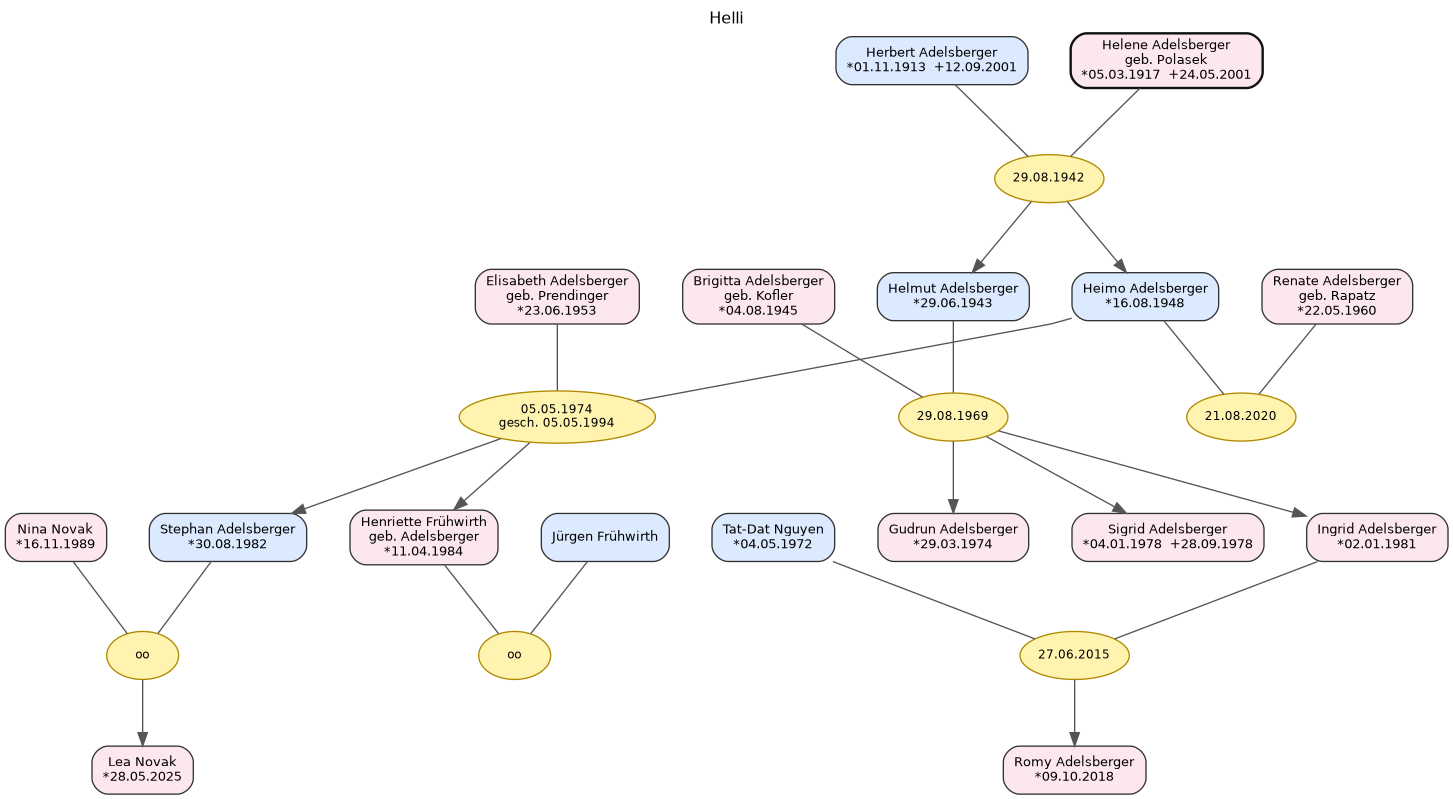
Above: Helli_0_10.png in Konfusius16/Ahnentafel-Polasek (Graphviz), before the change. Its source is kept beside it as Helli_0_10.dot.
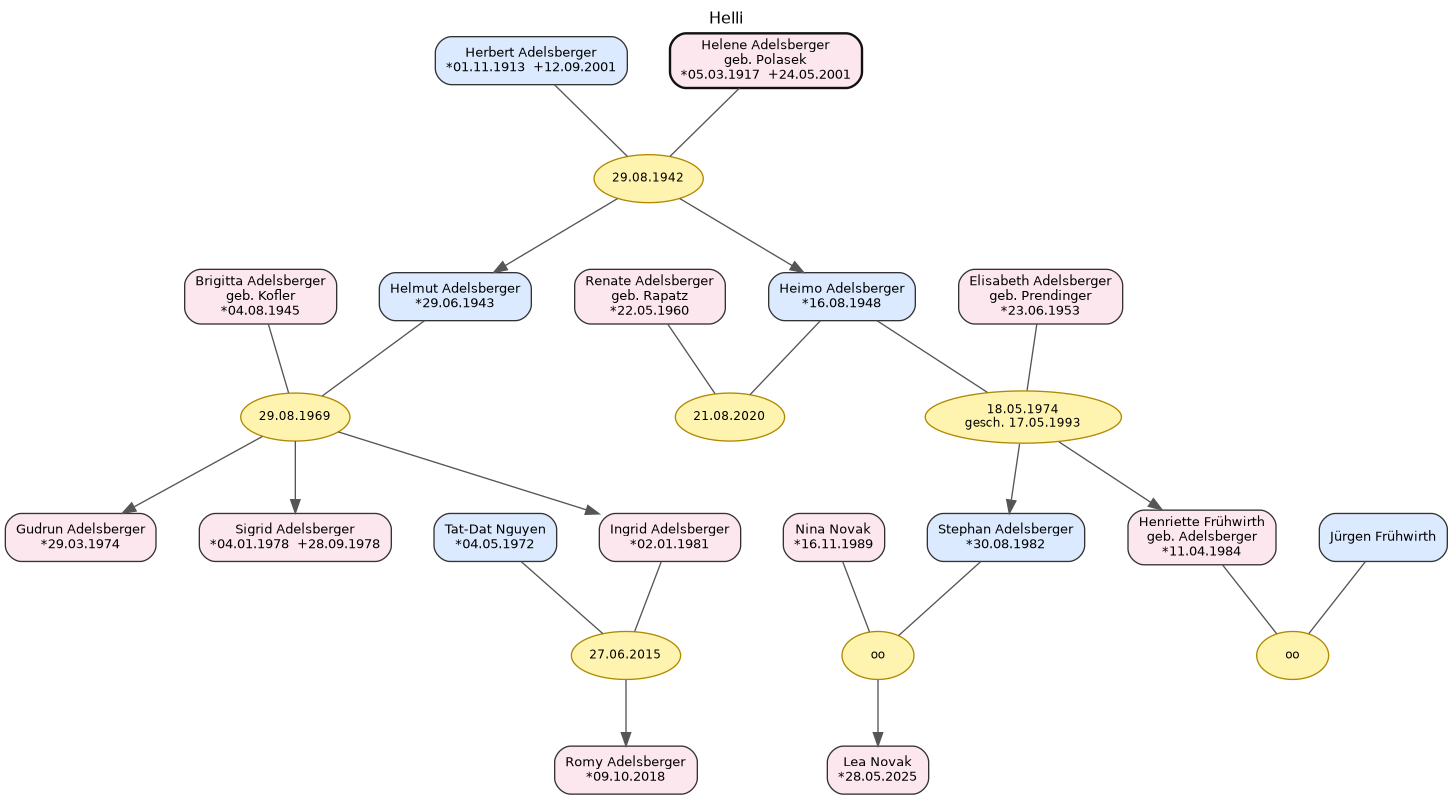
The same diagram one commit later.

Change to the diagram source:
```diff
@@ -3,112 +3,53 @@
 	graph [fontname="DejaVu Sans" fontsize=12 label=Helli labelloc=t]
 	node [color="#333333" fontname="DejaVu Sans" fontsize=10 shape=box style="rounded,filled"]
 	edge [color="#555555" fontname="DejaVu Sans"]
-	attS02 [label="Nina Novak
-*16.11.1989" fillcolor="#fde7ef" id=P_attS02]
 	att33 [label="Sigrid Adelsberger
 *04.01.1978  +28.09.1978" fillcolor="#fde7ef" id=P_att33]
-	g6p09 [label="Tat-Dat Nguyen
-*04.05.1972" fillcolor="#dbeafe" id=P_g6p09]
+	att05 [label="Herbert Adelsberger
+*01.11.1913  +12.09.2001" fillcolor="#dbeafe" id=P_att05]
 	att08 [label="Renate Adelsberger
 geb. Rapatz
 *22.05.1960" fillcolor="#fde7ef" id=P_att08]
-	g6p13 [label="Jürgen Frühwirth" fillcolor="#dbeafe" id=P_g6p13]
-	att21 [label="Stephan Adelsberger
-*30.08.1982" fillcolor="#dbeafe" id=P_att21]
+	att32 [label="Gudrun Adelsberger
+*29.03.1974" fillcolor="#fde7ef" id=P_att32]
 	att14 [label="Elisabeth Adelsberger
 geb. Prendinger
 *23.06.1953" fillcolor="#fde7ef" id=P_att14]
-	att05 [label="Herbert Adelsberger
-*01.11.1913  +12.09.2001" fillcolor="#dbeafe" id=P_att05]
-	att32 [label="Gudrun Adelsberger
-*29.03.1974" fillcolor="#fde7ef" id=P_att32]
-	att07 [label="Heimo Adelsberger
-*16.08.1948" fillcolor="#dbeafe" id=P_att07]
+	g6p10 [label="Romy Adelsberger
+*09.10.2018" fillcolor="#fde7ef" id=P_g6p10]
 	att36 [label="Helmut Adelsberger
 *29.06.1943" fillcolor="#dbeafe" id=P_att36]
-	g6p10 [label="Romy Adelsberger
-*09.10.2018" fillcolor="#fde7ef" id=P_g6p10]
-	att41 [label="Lea Novak
-*28.05.2025" fillcolor="#fde7ef" id=P_att41]
 	g6p02 [label="Brigitta Adelsberger
 geb. Kofler
 *04.08.1945" fillcolor="#fde7ef" id=P_g6p02]
+	att06 [label="Helene Adelsberger
+geb. Polasek
+*05.03.1917  +24.05.2001" color="#111111" fillcolor="#fde7ef" id=P_att06 penwidth=1.8]
+	att21 [label="Stephan Adelsberger
+*30.08.1982" fillcolor="#dbeafe" id=P_att21]
 	att35 [label="Henriette Frühwirth
 geb. Adelsberger
 *11.04.1984" fillcolor="#fde7ef" id=P_att35]
+	attS02 [label="Nina Novak
+*16.11.1989" fillcolor="#fde7ef" id=P_attS02]
+	g6p13 [label="Jürgen Frühwirth" fillcolor="#dbeafe" id=P_g6p13]
+	att41 [label="Lea Novak
+*28.05.2025" fillcolor="#fde7ef" id=P_att41]
+	g6p09 [label="Tat-Dat Nguyen
+*04.05.1972" fillcolor="#dbeafe" id=P_g6p09]
+	att07 [label="Heimo Adelsberger
+*16.08.1948" fillcolor="#dbeafe" id=P_att07]
 	att34 [label="Ingrid Adelsberger
 *02.01.1981" fillcolor="#fde7ef" id=P_att34]
-	att06 [label="Helene Adelsberger
-geb. Polasek
-*05.03.1917  +24.05.2001" color="#111111" fillcolor="#fde7ef" id=P_att06 penwidth=1.8]
-	M_g6F2 [label="27.06.2015" color="#b08900" fillcolor="#fff3b0" fontsize=9 id=M_g6F2 shape=ellipse style=filled]
-	subgraph rank_g6F2 {
-		rank=same
-		g6p09
-		att34
-	}
-	g6p09 -> att34 [constraint=true minlen=0 style=invis weight=3600]
-	g6p09 -> M_g6F2 [dir=none minlen=1 weight=60]
-	att34 -> M_g6F2 [dir=none minlen=1 weight=60]
-	subgraph kids_g6F2 {
-		rank=same
-		g6p10
-	}
-	M_g6F2 -> g6p10
-	M_attF5 [label="05.05.1974
-gesch. 05.05.1994" color="#b08900" fillcolor="#fff3b0" fontsize=9 id=M_attF5 shape=ellipse style=filled]
-	subgraph rank_attF5 {
+	M_attF3 [label="21.08.2020" color="#b08900" fillcolor="#fff3b0" fontsize=9 id=M_attF3 shape=ellipse style=filled]
+	subgraph rank_attF3 {
 		rank=same
 		att07
-		att14
+		att08
 	}
-	att07 -> att14 [constraint=true minlen=0 style=invis weight=3600]
-	att07 -> M_attF5 [dir=none minlen=1 weight=60]
-	att14 -> M_attF5 [dir=none minlen=1 weight=60]
-	subgraph kids_attF5 {
-		rank=same
-		att21
-		att35
-	}
-	M_attF5 -> att21
-	M_attF5 -> att35
-	att21 -> att35 [constraint=true minlen=0 style=invis weight=1400]
-	subgraph pair_att21 {
-		rank=same
-		att21
-		attS02
-	}
-	att21 -> attS02 [constraint=true minlen=0 style=invis weight=2600]
-	attS02 -> att35 [constraint=true minlen=0 style=invis weight=2000]
-	subgraph pair_att35 {
-		rank=same
-		att35
-		g6p13
-	}
-	g6p13 -> att35 [constraint=true minlen=0 style=invis weight=2600]
-	M_attF10 [label=oo color="#b08900" fillcolor="#fff3b0" fontsize=9 id=M_attF10 shape=ellipse style=filled]
-	subgraph rank_attF10 {
-		rank=same
-		att21
-		attS02
-	}
-	att21 -> attS02 [constraint=true minlen=0 style=invis weight=3600]
-	att21 -> M_attF10 [dir=none minlen=1 weight=60]
-	attS02 -> M_attF10 [dir=none minlen=1 weight=60]
-	subgraph kids_attF10 {
-		rank=same
-		att41
-	}
-	M_attF10 -> att41
-	M_g6F5 [label=oo color="#b08900" fillcolor="#fff3b0" fontsize=9 id=M_g6F5 shape=ellipse style=filled]
-	subgraph rank_g6F5 {
-		rank=same
-		g6p13
-		att35
-	}
-	g6p13 -> att35 [constraint=true minlen=0 style=invis weight=3600]
-	g6p13 -> M_g6F5 [dir=none minlen=1 weight=60]
-	att35 -> M_g6F5 [dir=none minlen=1 weight=60]
+	att07 -> att08 [constraint=true minlen=0 style=invis weight=3600]
+	att07 -> M_attF3 [dir=none minlen=1 weight=60]
+	att08 -> M_attF3 [dir=none minlen=1 weight=60]
 	M_attF2 [label="29.08.1942" color="#b08900" fillcolor="#fff3b0" fontsize=9 id=M_attF2 shape=ellipse style=filled]
 	subgraph rank_attF2 {
 		rank=same
@@ -139,6 +80,20 @@
 		att14
 	}
 	att07 -> att14 [constraint=true minlen=0 style=invis weight=2600]
+	M_attF10 [label=oo color="#b08900" fillcolor="#fff3b0" fontsize=9 id=M_attF10 shape=ellipse style=filled]
+	subgraph rank_attF10 {
+		rank=same
+		att21
+		attS02
+	}
+	att21 -> attS02 [constraint=true minlen=0 style=invis weight=3600]
+	att21 -> M_attF10 [dir=none minlen=1 weight=60]
+	attS02 -> M_attF10 [dir=none minlen=1 weight=60]
+	subgraph kids_attF10 {
+		rank=same
+		att41
+	}
+	M_attF10 -> att41
 	M_g6F1 [label="29.08.1969" color="#b08900" fillcolor="#fff3b0" fontsize=9 id=M_g6F1 shape=ellipse style=filled]
 	subgraph rank_g6F1 {
 		rank=same
@@ -165,15 +120,60 @@
 		g6p09
 	}
 	g6p09 -> att34 [constraint=true minlen=0 style=invis weight=2600]
-	M_attF3 [label="21.08.2020" color="#b08900" fillcolor="#fff3b0" fontsize=9 id=M_attF3 shape=ellipse style=filled]
-	subgraph rank_attF3 {
+	M_g6F5 [label=oo color="#b08900" fillcolor="#fff3b0" fontsize=9 id=M_g6F5 shape=ellipse style=filled]
+	subgraph rank_g6F5 {
+		rank=same
+		g6p13
+		att35
+	}
+	g6p13 -> att35 [constraint=true minlen=0 style=invis weight=3600]
+	g6p13 -> M_g6F5 [dir=none minlen=1 weight=60]
+	att35 -> M_g6F5 [dir=none minlen=1 weight=60]
+	M_attF5 [label="18.05.1974
+gesch. 17.05.1993" color="#b08900" fillcolor="#fff3b0" fontsize=9 id=M_attF5 shape=ellipse style=filled]
+	subgraph rank_attF5 {
 		rank=same
 		att07
-		att08
+		att14
 	}
-	att07 -> att08 [constraint=true minlen=0 style=invis weight=3600]
-	att07 -> M_attF3 [dir=none minlen=1 weight=60]
-	att08 -> M_attF3 [dir=none minlen=1 weight=60]
+	att07 -> att14 [constraint=true minlen=0 style=invis weight=3600]
+	att07 -> M_attF5 [dir=none minlen=1 weight=60]
+	att14 -> M_attF5 [dir=none minlen=1 weight=60]
+	subgraph kids_attF5 {
+		rank=same
+		att21
+		att35
+	}
+	M_attF5 -> att21
+	M_attF5 -> att35
+	att21 -> att35 [constraint=true minlen=0 style=invis weight=1400]
+	subgraph pair_att21 {
+		rank=same
+		att21
+		attS02
+	}
+	att21 -> attS02 [constraint=true minlen=0 style=invis weight=2600]
+	attS02 -> att35 [constraint=true minlen=0 style=invis weight=2000]
+	subgraph pair_att35 {
+		rank=same
+		att35
+		g6p13
+	}
+	g6p13 -> att35 [constraint=true minlen=0 style=invis weight=2600]
+	M_g6F2 [label="27.06.2015" color="#b08900" fillcolor="#fff3b0" fontsize=9 id=M_g6F2 shape=ellipse style=filled]
+	subgraph rank_g6F2 {
+		rank=same
+		g6p09
+		att34
+	}
+	g6p09 -> att34 [constraint=true minlen=0 style=invis weight=3600]
+	g6p09 -> M_g6F2 [dir=none minlen=1 weight=60]
+	att34 -> M_g6F2 [dir=none minlen=1 weight=60]
+	subgraph kids_g6F2 {
+		rank=same
+		g6p10
+	}
+	M_g6F2 -> g6p10
 	subgraph gen_0 {
 		rank=same
 		att06
```
